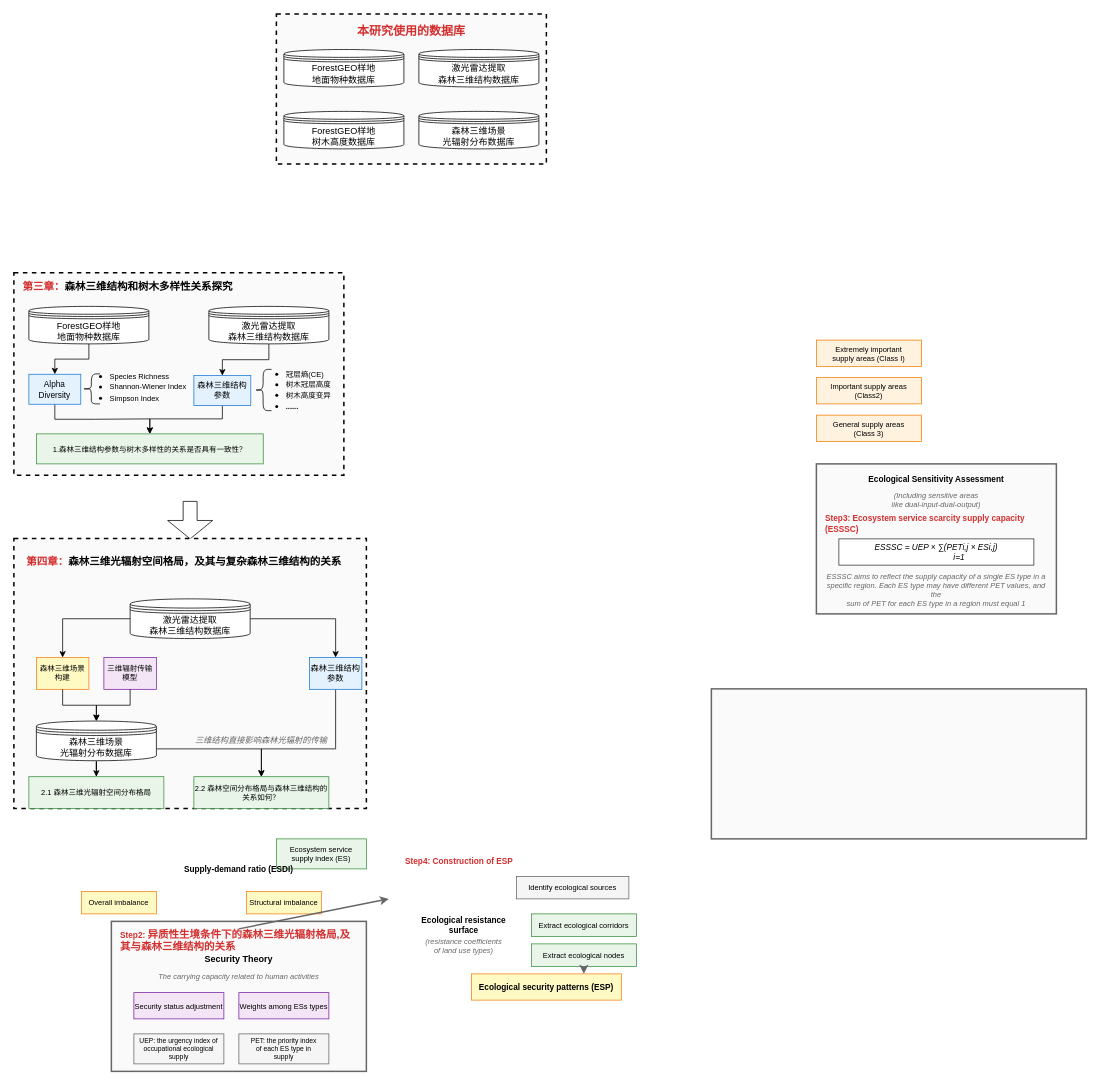
This is 博士论文框架_2.drawio from sy5938/diagrams_save, a draw.io file, before an edit. Source tidied: cells renumbered, new cells numbered last; positions are measured from the earlier drawing's top-left corner, leaving out a move shared by most shapes. Both pictures are drawn from the tidied source at 75%, with x=0, y=0 at pixel (14, 14).
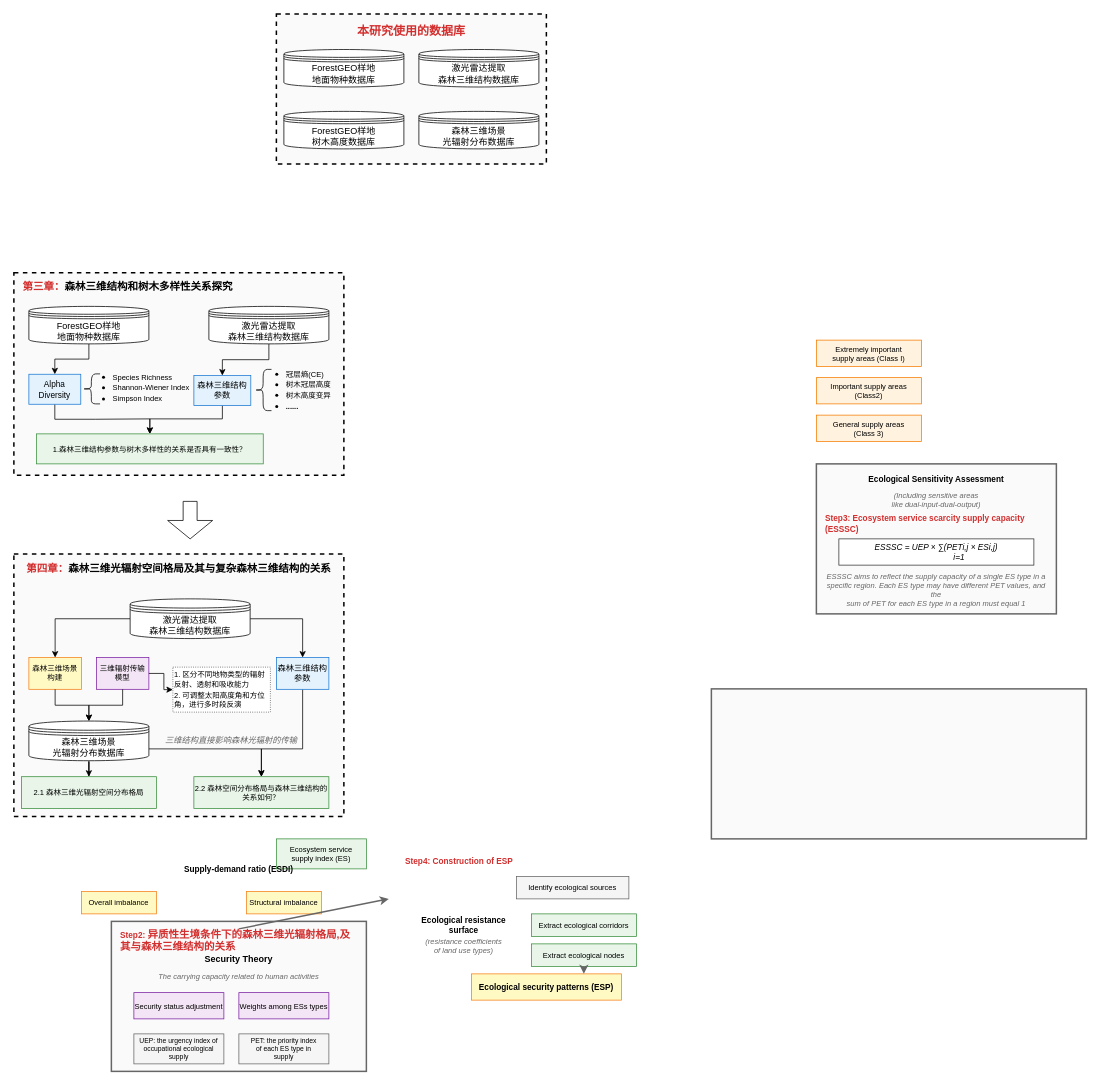
The same page after the edit.

Commit message:
第四章技术路线图完成

The change refers to these unchanged cells:
```xml
<mxCell id="43" style="group;" parent="42" vertex="1">
  <mxGeometry width="440" height="270" as="geometry" />
</mxCell>
<mxCell id="72" value="森林三维场景构建" style="rounded=0;whiteSpace=wrap;html=1;fillColor=#FFF9C4;strokeColor=#F57F17;fontSize=10;" parent="71" vertex="1">
  <mxGeometry width="70" height="42.4" as="geometry" />
</mxCell>
<mxCell id="73" value="三维辐射传输模型" style="rounded=0;whiteSpace=wrap;html=1;fillColor=#F3E5F5;strokeColor=#7B1FA2;fontSize=10;" parent="71" vertex="1">
  <mxGeometry x="90" width="70" height="42.4" as="geometry" />
</mxCell>
```

The edit, as a diff of the source:
```diff
@@
     <mxCell id="55" value="&lt;ul&gt;&lt;li&gt;&lt;span style=&quot;font-size: 10px; text-align: center;&quot;&gt;Species Richness&lt;/span&gt;&lt;/li&gt;&lt;li&gt;&lt;span style=&quot;font-size: 10px; text-align: center;&quot;&gt;Shannon-Wiener Index&lt;/span&gt;&lt;/li&gt;&lt;li&gt;&lt;span style=&quot;font-size: 10px; text-align: center;&quot;&gt;Simpson&amp;nbsp;&lt;/span&gt;&lt;span style=&quot;font-size: 10px; text-align: center;&quot;&gt;Index&lt;/span&gt;&lt;/li&gt;&lt;/ul&gt;" style="text;strokeColor=none;fillColor=none;html=1;whiteSpace=wrap;verticalAlign=middle;overflow=hidden;" parent="43" vertex="1">
-      <mxGeometry x="85.8" y="114" width="148.3" height="75.5" as="geometry" />
+      <mxGeometry x="90" y="115" width="148.3" height="75.5" as="geometry" />
     </mxCell>
@@
-    <mxCell id="59" style="group;" parent="1" vertex="1">
-      <mxGeometry y="710" width="510" height="360" as="geometry" />
-    </mxCell>
-    <mxCell id="60" style="rounded=0;whiteSpace=wrap;html=1;strokeColor=default;strokeWidth=2;strokeDashArray=5 5;fillColor=#FAFAFA;dashed=1;" parent="59" vertex="1">
-      <mxGeometry y="-10.6" width="470" height="360" as="geometry" />
+    <mxCell id="60" style="rounded=0;whiteSpace=wrap;html=1;strokeColor=default;strokeWidth=2;strokeDashArray=5 5;fillColor=#FAFAFA;dashed=1;" parent="1" vertex="1">
+      <mxGeometry y="720" width="440" height="350" as="geometry" />
     </mxCell>
-    <mxCell id="61" value="&lt;font style=&quot;font-size: 14px;&quot; face=&quot;Times New Roman&quot;&gt;第四章：&lt;/font&gt;&lt;font face=&quot;Times New Roman&quot; color=&quot;#000000&quot;&gt;&lt;span style=&quot;font-size: 14px;&quot;&gt;森林三维光辐射空间格局，&lt;/span&gt;&lt;/font&gt;&lt;span style=&quot;background-color: transparent; color: light-dark(rgb(0, 0, 0), rgb(237, 237, 237)); text-align: center; font-size: 14px; font-family: &amp;quot;Times New Roman&amp;quot;;&quot;&gt;及其与复杂森林三维结构的关系&lt;/span&gt;" style="text;html=1;strokeColor=none;fillColor=none;align=left;verticalAlign=middle;whiteSpace=wrap;rounded=0;fontStyle=1;fontSize=12;fontColor=#D32F2F;" parent="59" vertex="1">
-      <mxGeometry x="15" width="440" height="42.4" as="geometry" />
+    <mxCell id="61" value="&lt;font style=&quot;font-size: 14px;&quot; face=&quot;Times New Roman&quot;&gt;第四章：&lt;/font&gt;&lt;font face=&quot;Times New Roman&quot; color=&quot;#000000&quot;&gt;&lt;span style=&quot;font-size: 14px;&quot;&gt;森林三维光辐射空间格局&lt;/span&gt;&lt;/font&gt;&lt;span style=&quot;background-color: transparent; color: light-dark(rgb(0, 0, 0), rgb(237, 237, 237)); text-align: center; font-size: 14px; font-family: &amp;quot;Times New Roman&amp;quot;;&quot;&gt;及其与复杂森林三维结构的关系&lt;/span&gt;" style="text;html=1;strokeColor=none;fillColor=none;align=left;verticalAlign=middle;whiteSpace=wrap;rounded=0;fontStyle=1;fontSize=12;fontColor=#D32F2F;" parent="1" vertex="1">
+      <mxGeometry x="15" y="720" width="440" height="42.4" as="geometry" />
     </mxCell>
-    <mxCell id="62" value="2.2 森林空间分布格局与森林三维结构的关系如何？" style="rounded=0;whiteSpace=wrap;html=1;fillColor=#E8F5E8;strokeColor=#388E3C;fontSize=10;" parent="59" vertex="1">
-      <mxGeometry x="240" y="307.1" width="180" height="42.4" as="geometry" />
+    <mxCell id="62" value="2.2 森林空间分布格局与森林三维结构的关系如何？" style="rounded=0;whiteSpace=wrap;html=1;fillColor=#E8F5E8;strokeColor=#388E3C;fontSize=10;" parent="1" vertex="1">
+      <mxGeometry x="240" y="1017.1" width="180" height="42.4" as="geometry" />
     </mxCell>
-    <mxCell id="63" style="edgeStyle=orthogonalEdgeStyle;rounded=0;jettySize=auto;html=1;entryX=0.5;entryY=0;entryDx=0;entryDy=0;" parent="59" edge="1" source="65" target="72">
+    <mxCell id="63" style="edgeStyle=orthogonalEdgeStyle;rounded=0;jettySize=auto;html=1;entryX=0.5;entryY=0;entryDx=0;entryDy=0;" parent="1" edge="1" source="65" target="72">
       <mxGeometry relative="1" as="geometry" />
     </mxCell>
-    <mxCell id="64" style="edgeStyle=orthogonalEdgeStyle;rounded=0;jettySize=auto;html=1;" parent="59" edge="1" source="65" target="67">
+    <mxCell id="64" style="edgeStyle=orthogonalEdgeStyle;rounded=0;jettySize=auto;html=1;" parent="1" edge="1" source="65" target="67">
       <mxGeometry relative="1" as="geometry" />
     </mxCell>
-    <mxCell id="65" value="激光雷达提取&lt;br&gt;森林三维结构数据库" style="shape=datastore;whiteSpace=wrap;html=1;" parent="59" vertex="1">
-      <mxGeometry x="155" y="70" width="160" height="52.9" as="geometry" />
+    <mxCell id="65" value="激光雷达提取&lt;br&gt;森林三维结构数据库" style="shape=datastore;whiteSpace=wrap;html=1;" parent="1" vertex="1">
+      <mxGeometry x="155" y="780" width="160" height="52.9" as="geometry" />
     </mxCell>
-    <mxCell id="66" style="edgeStyle=orthogonalEdgeStyle;rounded=0;jettySize=auto;html=1;entryX=0.5;entryY=0;entryDx=0;entryDy=0;" parent="59" edge="1" source="67" target="62">
+    <mxCell id="66" style="edgeStyle=orthogonalEdgeStyle;rounded=0;jettySize=auto;html=1;entryX=0.5;entryY=0;entryDx=0;entryDy=0;" parent="1" edge="1" source="67" target="62">
       <mxGeometry relative="1" as="geometry">
         <Array as="points">
-          <mxPoint x="429" y="270" />
-          <mxPoint x="330" y="270" />
+          <mxPoint x="385" y="980" />
+          <mxPoint x="330" y="980" />
         </Array>
       </mxGeometry>
     </mxCell>
-    <mxCell id="67" value="&lt;font style=&quot;font-size: 11px;&quot;&gt;森林三维结构&lt;br&gt;参数&lt;/font&gt;" style="rounded=0;whiteSpace=wrap;html=1;fillColor=#E3F2FD;strokeColor=#1976D2;fontSize=10;" parent="59" vertex="1">
-      <mxGeometry x="394" y="148.2" width="70" height="42.4" as="geometry" />
+    <mxCell id="67" value="&lt;font style=&quot;font-size: 11px;&quot;&gt;森林三维结构&lt;br&gt;参数&lt;/font&gt;" style="rounded=0;whiteSpace=wrap;html=1;fillColor=#E3F2FD;strokeColor=#1976D2;fontSize=10;" parent="1" vertex="1">
+      <mxGeometry x="350" y="858.2" width="70" height="42.4" as="geometry" />
     </mxCell>
-    <mxCell id="68" style="edgeStyle=orthogonalEdgeStyle;rounded=0;jettySize=auto;html=1;entryX=0.5;entryY=0;entryDx=0;entryDy=0;" parent="59" edge="1" source="70" target="76">
+    <mxCell id="68" style="edgeStyle=orthogonalEdgeStyle;rounded=0;jettySize=auto;html=1;entryX=0.5;entryY=0;entryDx=0;entryDy=0;" parent="1" edge="1" source="70" target="76">
       <mxGeometry relative="1" as="geometry" />
     </mxCell>
-    <mxCell id="69" style="edgeStyle=orthogonalEdgeStyle;rounded=0;jettySize=auto;html=1;entryX=0.5;entryY=0;entryDx=0;entryDy=0;" parent="59" edge="1" source="70" target="62">
+    <mxCell id="69" style="edgeStyle=orthogonalEdgeStyle;rounded=0;jettySize=auto;html=1;entryX=0.5;entryY=0;entryDx=0;entryDy=0;" parent="1" edge="1" source="70" target="62">
       <mxGeometry relative="1" as="geometry">
         <Array as="points">
-          <mxPoint x="330" y="270" />
+          <mxPoint x="330" y="980" />
         </Array>
       </mxGeometry>
     </mxCell>
-    <mxCell id="70" value="森林三维场景&lt;br&gt;光辐射分布数据库" style="shape=datastore;whiteSpace=wrap;html=1;" parent="59" vertex="1">
-      <mxGeometry x="30" y="232.9" width="160" height="52.9" as="geometry" />
+    <mxCell id="70" value="森林三维场景&lt;br&gt;光辐射分布数据库" style="shape=datastore;whiteSpace=wrap;html=1;" parent="1" vertex="1">
+      <mxGeometry x="20" y="942.9" width="160" height="52.9" as="geometry" />
     </mxCell>
-    <mxCell id="71" style="group;" parent="59" vertex="1">
-      <mxGeometry x="30" y="148.2" width="160" height="42.4" as="geometry" />
+    <mxCell id="71" style="group;" parent="1" vertex="1">
+      <mxGeometry x="20" y="858.2" width="160" height="42.4" as="geometry" />
     </mxCell>
@@
-    <mxCell id="74" style="edgeStyle=orthogonalEdgeStyle;rounded=0;jettySize=auto;html=1;" parent="59" edge="1" source="72" target="70">
+    <mxCell id="74" style="edgeStyle=orthogonalEdgeStyle;rounded=0;jettySize=auto;html=1;" parent="1" edge="1" source="72" target="70">
       <mxGeometry relative="1" as="geometry" />
     </mxCell>
-    <mxCell id="75" style="edgeStyle=orthogonalEdgeStyle;rounded=0;jettySize=auto;html=1;" parent="59" edge="1" source="73" target="70">
+    <mxCell id="75" style="edgeStyle=orthogonalEdgeStyle;rounded=0;jettySize=auto;html=1;" parent="1" edge="1" source="73" target="70">
       <mxGeometry relative="1" as="geometry" />
     </mxCell>
-    <mxCell id="76" value="2.1 森林三维光辐射空间分布格局" style="rounded=0;whiteSpace=wrap;html=1;fillColor=#E8F5E8;strokeColor=#388E3C;fontSize=10;" parent="59" vertex="1">
-      <mxGeometry x="20" y="307.1" width="180" height="42.4" as="geometry" />
+    <mxCell id="76" value="2.1 森林三维光辐射空间分布格局" style="rounded=0;whiteSpace=wrap;html=1;fillColor=#E8F5E8;strokeColor=#388E3C;fontSize=10;" parent="1" vertex="1">
+      <mxGeometry x="10" y="1017.1" width="180" height="42.4" as="geometry" />
     </mxCell>
-    <mxCell id="77" value="&lt;font style=&quot;font-size: 11px;&quot;&gt;三维结构直接影响森林光辐射的传输&lt;/font&gt;" style="text;html=1;strokeColor=none;fillColor=none;align=center;verticalAlign=middle;whiteSpace=wrap;rounded=0;fontSize=10;fontStyle=2;fontColor=#666666;" parent="59" vertex="1">
-      <mxGeometry x="170" y="251.9" width="320" height="15" as="geometry" />
+    <mxCell id="77" value="&lt;font style=&quot;font-size: 11px;&quot;&gt;三维结构直接影响森林光辐射的传输&lt;/font&gt;" style="text;html=1;strokeColor=none;fillColor=none;align=center;verticalAlign=middle;whiteSpace=wrap;rounded=0;fontSize=10;fontStyle=2;fontColor=#666666;" parent="1" vertex="1">
+      <mxGeometry x="130" y="961.9" width="320" height="15" as="geometry" />
     </mxCell>
+    <mxCell id="78" value="&lt;font style=&quot;font-size: 10px;&quot;&gt;&lt;span style=&quot;font-style: normal;&quot;&gt;1. 区分不同地物类型的&lt;/span&gt;&lt;span style=&quot;font-style: normal;&quot;&gt;辐射&lt;/span&gt;&lt;span style=&quot;font-style: normal;&quot;&gt;反射、透射和吸收能力&lt;/span&gt;&lt;/font&gt;&lt;div&gt;&lt;span style=&quot;font-style: normal;&quot;&gt;&lt;font style=&quot;font-size: 10px;&quot;&gt;2. 可调整太阳高度角和方位角，进行多时段反演&lt;/font&gt;&lt;/span&gt;&lt;/div&gt;" style="rounded=0;whiteSpace=wrap;html=1;fillColor=#FFFFFF;strokeColor=#333333;fontSize=11;fontStyle=2;align=left;dashed=1;dashPattern=1 2;" parent="1" vertex="1">
+      <mxGeometry x="212" y="871" width="130" height="60" as="geometry" />
+    </mxCell>
+    <mxCell id="79" style="edgeStyle=orthogonalEdgeStyle;rounded=0;jettySize=auto;html=1;" parent="1" edge="1" source="73" target="78">
+      <mxGeometry relative="1" as="geometry" />
+    </mxCell>
```
